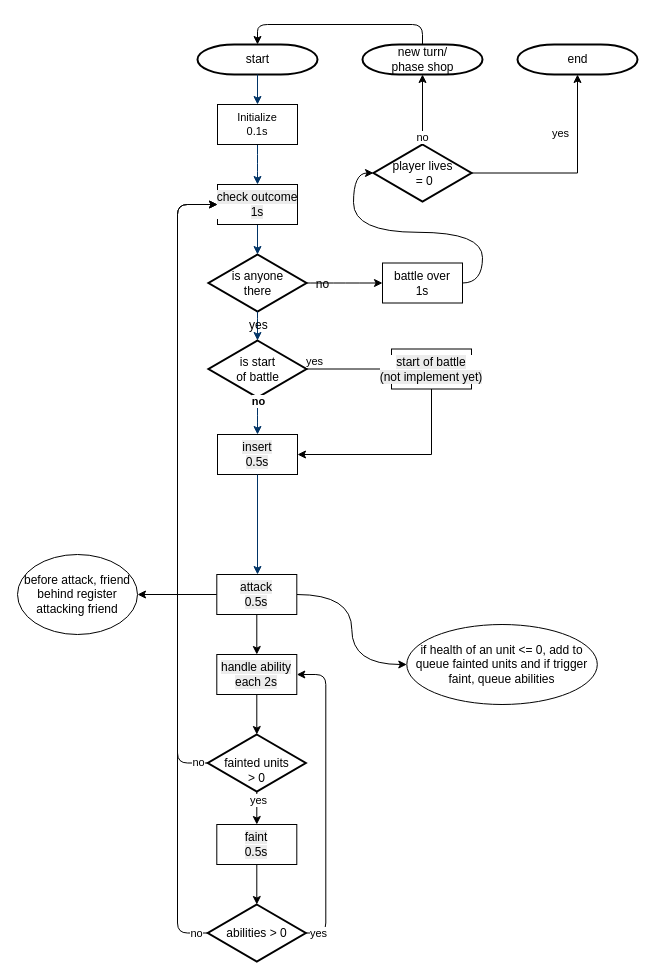
The draw.io diagram Documents/Flowchart Battle.drawio in letusgetLogic/Autobot, before the edit. Source tidied: cells renumbered, new cells numbered last; positions are measured from the earlier drawing's top-left corner, leaving out a move shared by most shapes. Both pictures are drawn from the tidied source at 100%, with x=0, y=0 at pixel (17, 44).
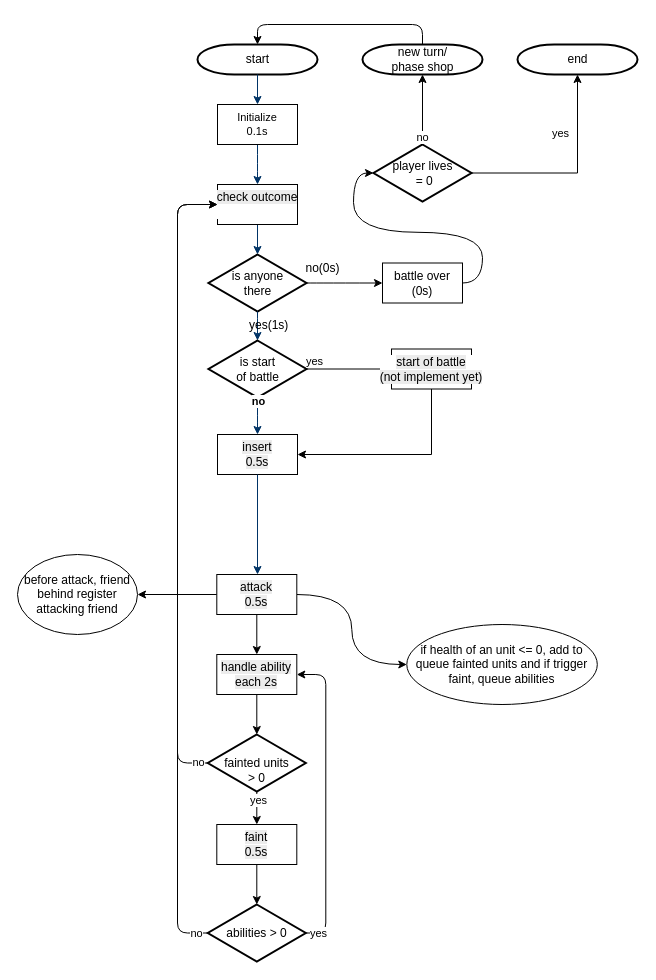
The same page after the edit.

Diff of the diagram source:
```diff
@@
-    <mxCell id="14" value="&lt;span style=&quot;font-size: 12px; font-weight: 400; text-wrap-mode: nowrap; background-color: rgb(236, 236, 236);&quot;&gt;check outcome&lt;br&gt;1s&lt;/span&gt;" style="rounded=0;whiteSpace=wrap;html=1;fontFamily=Helvetica;fontSize=11;fontColor=default;fontStyle=1;labelBackgroundColor=default;" parent="1" vertex="1">
+    <mxCell id="14" value="&lt;span style=&quot;font-size: 12px; font-weight: 400; text-wrap-mode: nowrap; background-color: rgb(236, 236, 236);&quot;&gt;check outcome&lt;br&gt;&lt;br&gt;&lt;/span&gt;" style="rounded=0;whiteSpace=wrap;html=1;fontFamily=Helvetica;fontSize=11;fontColor=default;fontStyle=1;labelBackgroundColor=default;" parent="1" vertex="1">
       <mxGeometry x="200" y="140" width="80" height="40" as="geometry" />
     </mxCell>
-    <mxCell id="15" value="no" style="text;fontStyle=0;html=1;strokeColor=none;gradientColor=none;fillColor=none;strokeWidth=2;align=center;" parent="1" vertex="1">
-      <mxGeometry x="290" y="225.5" width="29.5" height="26" as="geometry" />
+    <mxCell id="15" value="no(0s)" style="text;fontStyle=0;html=1;strokeColor=none;gradientColor=none;fillColor=none;strokeWidth=2;align=center;" parent="1" vertex="1">
+      <mxGeometry x="289" y="210" width="31" height="26" as="geometry" />
     </mxCell>
@@
-    <mxCell id="17" value="yes" style="text;fontStyle=0;html=1;strokeColor=none;gradientColor=none;fillColor=none;strokeWidth=2;" parent="1" vertex="1">
+    <mxCell id="17" value="yes(&lt;span style=&quot;text-align: center;&quot;&gt;1s)&lt;/span&gt;" style="text;fontStyle=0;html=1;strokeColor=none;gradientColor=none;fillColor=none;strokeWidth=2;" parent="1" vertex="1">
       <mxGeometry x="230" y="267" width="40" height="26" as="geometry" />
     </mxCell>
@@
-    <mxCell id="34" value="&lt;span style=&quot;text-wrap-mode: nowrap;&quot;&gt;battle over&lt;/span&gt;&lt;div&gt;&lt;span style=&quot;text-wrap-mode: nowrap;&quot;&gt;1s&lt;/span&gt;&lt;/div&gt;" style="rounded=0;whiteSpace=wrap;html=1;" parent="1" vertex="1">
+    <mxCell id="34" value="&lt;span style=&quot;text-wrap-mode: nowrap;&quot;&gt;battle over&lt;/span&gt;&lt;div&gt;&lt;span style=&quot;text-wrap-mode: nowrap;&quot;&gt;(0s)&lt;/span&gt;&lt;/div&gt;" style="rounded=0;whiteSpace=wrap;html=1;" parent="1" vertex="1">
       <mxGeometry x="365" y="218.5" width="80" height="40" as="geometry" />
     </mxCell>
```
